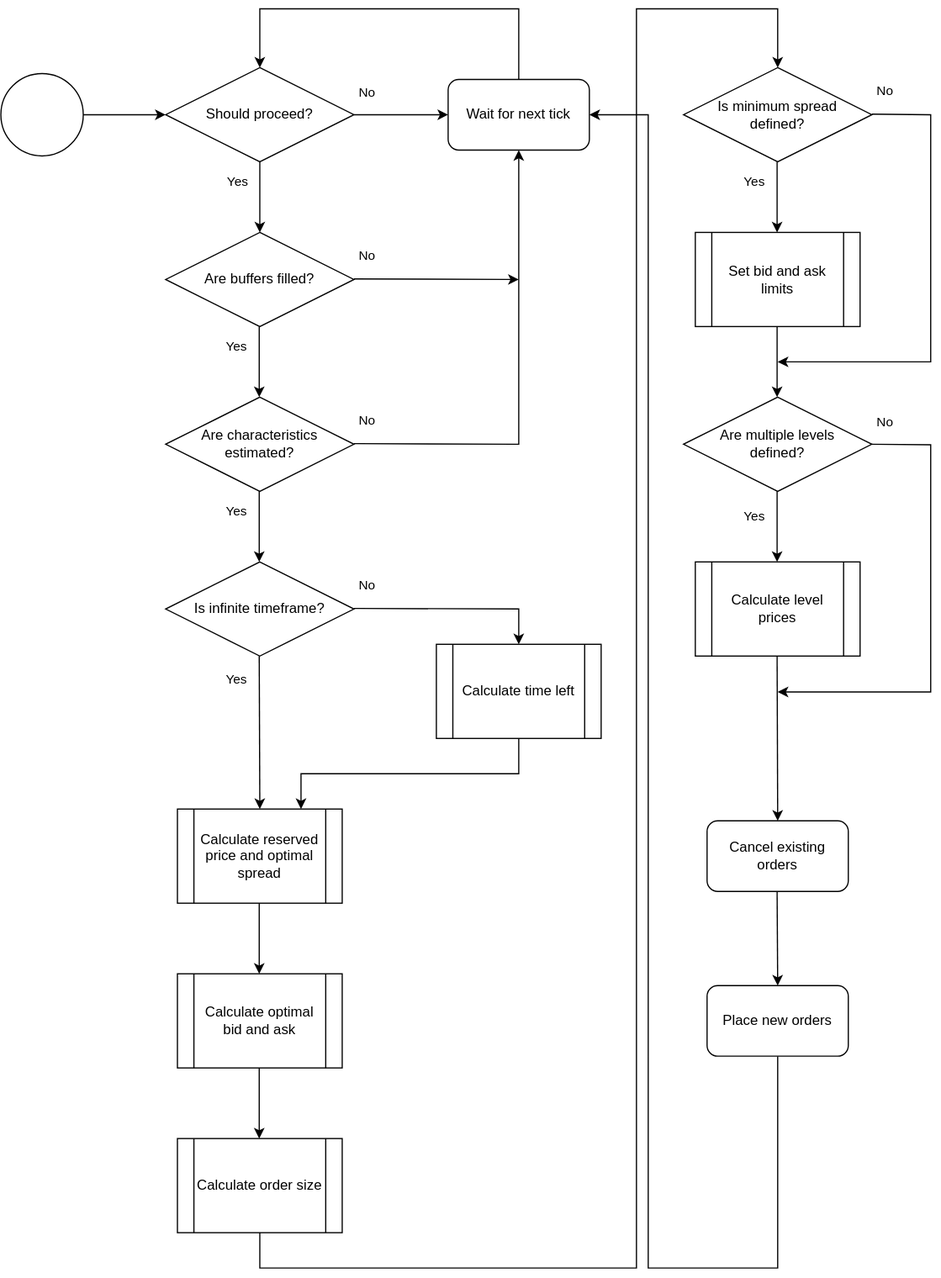
This is documentation/docs/assets/img/avellaneda.svg from hummingbot/hummingbot, a draw.io export, as it was before one commit. Source tidied: cells renumbered, new cells last; positions are measured from the earlier drawing's top-left corner, leaving out a move shared by most shapes.
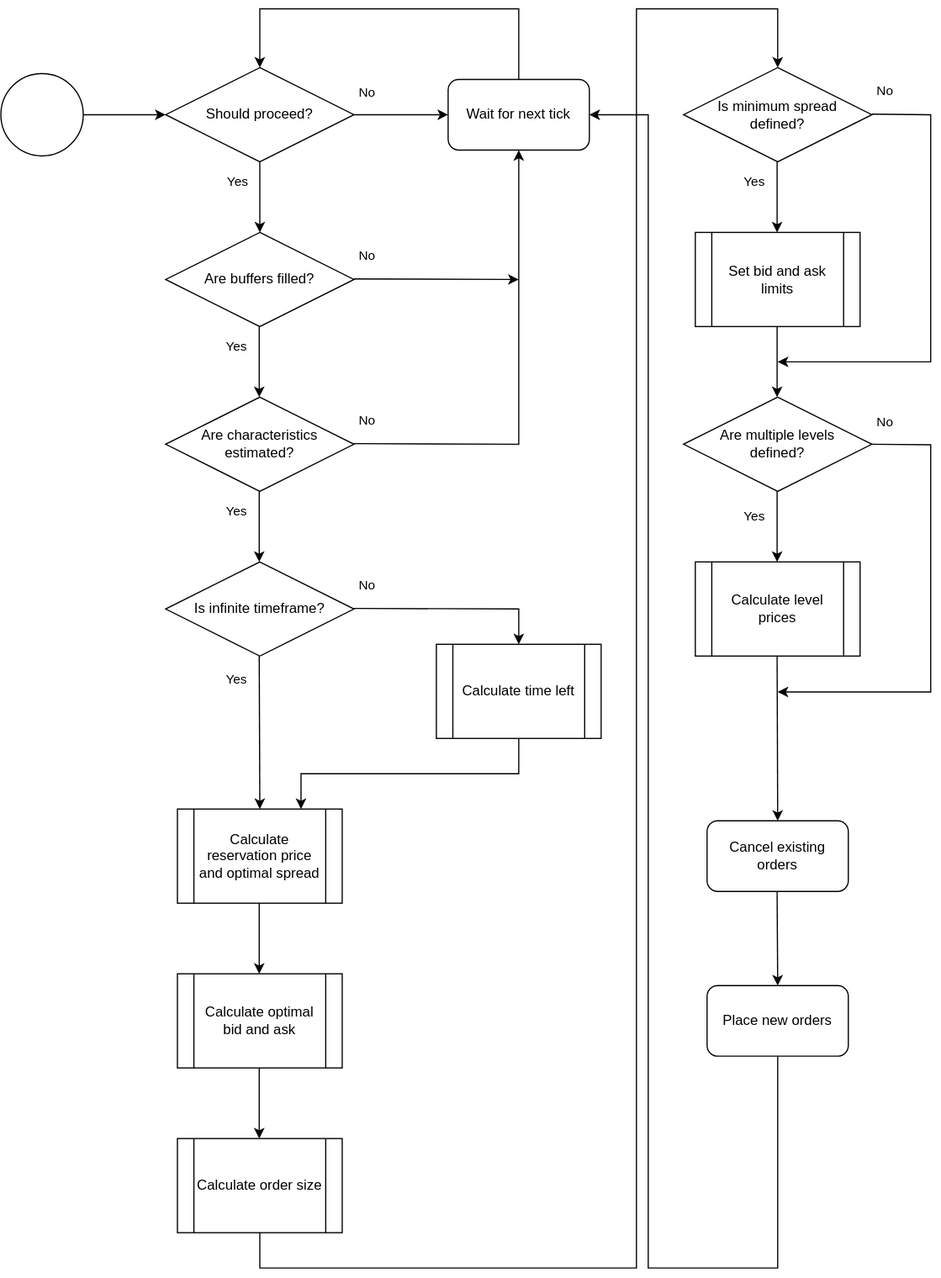
The same diagram one commit later.

What changed in the source:
```diff
@@ -119,7 +119,7 @@
         <mxPoint x="-21" y="-15" as="offset" />
       </mxGeometry>
     </mxCell>
-    <mxCell id="27" value="Calculate reserved price and optimal spread" style="shape=process;whiteSpace=wrap;html=1;backgroundOutline=1;" parent="1" vertex="1">
+    <mxCell id="27" value="Calculate reservation price and optimal spread" style="shape=process;whiteSpace=wrap;html=1;backgroundOutline=1;" parent="1" vertex="1">
       <mxGeometry x="150" y="680" width="140" height="80" as="geometry" />
     </mxCell>
     <mxCell id="28" style="endArrow=classic;html=1;rounded=0;exitX=0.5;exitY=1;exitDx=0;exitDy=0;entryX=0.75;entryY=0;entryDx=0;entryDy=0;" parent="1" edge="1" source="24" target="27">
```
